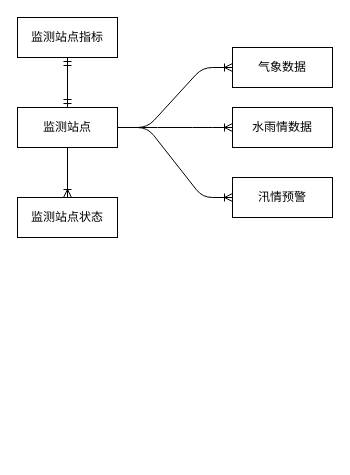
DORcode/admin-demo keeps this draw.io diagram as file/waterreser.drawio. Above is the earlier version. Source tidied: cells renumbered, new cells numbered last; positions are measured from the earlier drawing's top-left corner, leaving out a move shared by most shapes. Both pictures are drawn from the tidied source at 100%, with x=0, y=0 at pixel (17, 17).
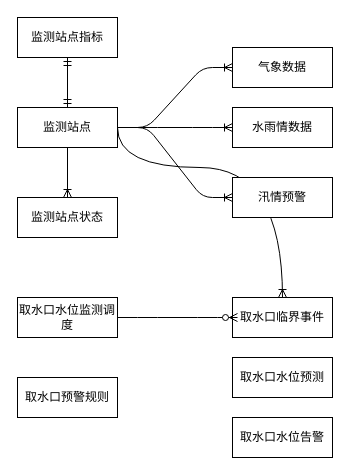
After the change.

Unchanged cells that the change refers to:
```xml
<mxCell id="2" value="监测站点" style="whiteSpace=wrap;html=1;align=center;" parent="1" vertex="1">
  <mxGeometry y="90" width="100" height="40" as="geometry" />
</mxCell>
```

Change to the diagram source:
```diff
@@
+    <mxCell id="13" style="edgeStyle=orthogonalEdgeStyle;fontSize=12;html=1;endArrow=ERoneToMany;exitX=1;exitY=0.5;exitDx=0;exitDy=0;entryX=0.5;entryY=0;entryDx=0;entryDy=0;elbow=vertical;curved=1;" parent="1" edge="1" source="2" target="14">
+      <mxGeometry relative="1" as="geometry">
+        <Array as="points">
+          <mxPoint x="100" y="150" />
+          <mxPoint x="265" y="150" />
+        </Array>
+      </mxGeometry>
+    </mxCell>
@@
+    <mxCell id="14" value="取水口临界事件" style="whiteSpace=wrap;html=1;align=center;" parent="1" vertex="1">
+      <mxGeometry x="215" y="280" width="100" height="40" as="geometry" />
+    </mxCell>
+    <mxCell id="15" value="取水口水位监测调度" style="whiteSpace=wrap;html=1;align=center;" parent="1" vertex="1">
+      <mxGeometry y="280" width="100" height="40" as="geometry" />
+    </mxCell>
+    <mxCell id="16" style="edgeStyle=entityRelationEdgeStyle;fontSize=12;html=1;endArrow=ERzeroToMany;endFill=1;" parent="1" edge="1" source="15">
+      <mxGeometry relative="1" as="geometry">
+        <mxPoint x="220" y="300" as="targetPoint" />
+      </mxGeometry>
+    </mxCell>
+    <mxCell id="17" value="取水口水位预测" style="whiteSpace=wrap;html=1;align=center;" parent="1" vertex="1">
+      <mxGeometry x="215" y="340" width="100" height="40" as="geometry" />
+    </mxCell>
+    <mxCell id="18" value="取水口水位告警" style="whiteSpace=wrap;html=1;align=center;" parent="1" vertex="1">
+      <mxGeometry x="215" y="400" width="100" height="40" as="geometry" />
+    </mxCell>
+    <mxCell id="19" value="取水口预警规则" style="whiteSpace=wrap;html=1;align=center;" parent="1" vertex="1">
+      <mxGeometry y="360" width="100" height="40" as="geometry" />
+    </mxCell>
```
